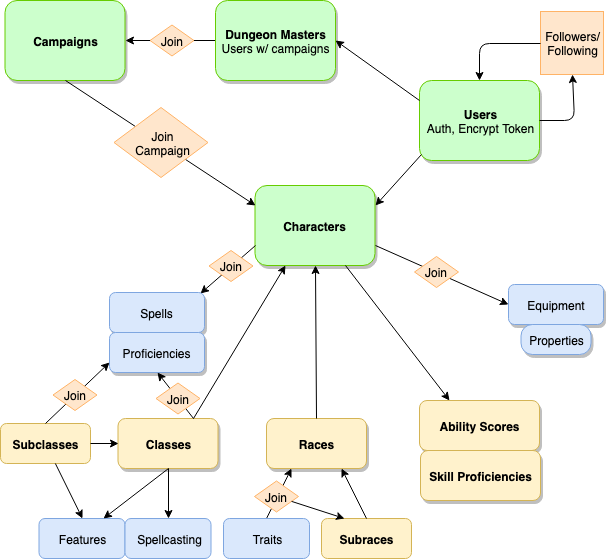
Before: Saving Throw ERD.png, a diagram exported from draw.io (MBartl/Saving-Throw). Source tidied: cells renumbered, new cells last; positions are measured from the earlier drawing's top-left corner, leaving out a move shared by most shapes. Source of this version:
```xml
<mxGraphModel>
  <root>
    <mxCell id="0" />
    <mxCell id="1" parent="0" />
    <mxCell id="2" value="&lt;b&gt;Characters&lt;/b&gt;" style="rounded=1;whiteSpace=wrap;html=1;fillColor=#CCFFCC;shadow=1;strokeColor=#66CC00;" parent="1" vertex="1">
      <mxGeometry x="254.5" y="185" width="120" height="80" as="geometry" />
    </mxCell>
    <mxCell id="3" value="&lt;b&gt;Campaigns&lt;/b&gt;" style="rounded=1;whiteSpace=wrap;html=1;fillColor=#CCFFCC;shadow=1;strokeColor=#66CC00;" parent="1" vertex="1">
      <mxGeometry x="4.5" width="120" height="80" as="geometry" />
    </mxCell>
    <mxCell id="4" value="&lt;b&gt;Users&lt;/b&gt;&lt;br&gt;Auth, Encrypt Token&lt;br&gt;" style="rounded=1;whiteSpace=wrap;html=1;fillColor=#CCFFCC;shadow=1;strokeColor=#66CC00;" parent="1" vertex="1">
      <mxGeometry x="419" y="80" width="120" height="80" as="geometry" />
    </mxCell>
    <mxCell id="5" style="endArrow=classic;html=1;entryX=1;entryY=0.25;entryDx=0;entryDy=0;exitX=0.013;exitY=0.925;exitDx=0;exitDy=0;exitPerimeter=0;" parent="1" edge="1" source="4" target="2">
      <mxGeometry relative="1" as="geometry" />
    </mxCell>
    <mxCell id="6" style="endArrow=classic;html=1;exitX=0.5;exitY=1;exitDx=0;exitDy=0;entryX=0;entryY=0.25;entryDx=0;entryDy=0;" parent="1" edge="1" source="3" target="2">
      <mxGeometry relative="1" as="geometry" />
    </mxCell>
    <mxCell id="7" style="endArrow=classic;html=1;exitX=1;exitY=0.5;exitDx=0;exitDy=0;entryX=0.5;entryY=1;entryDx=0;entryDy=0;" parent="1" edge="1" source="4" target="8">
      <mxGeometry relative="1" as="geometry">
        <Array as="points">
          <mxPoint x="574" y="120" />
        </Array>
      </mxGeometry>
    </mxCell>
    <mxCell id="8" value="Followers/&lt;br&gt;Following" style="whiteSpace=wrap;html=1;fillColor=#FFE6CC;strokeColor=#FFB366;" parent="1" vertex="1">
      <mxGeometry x="540" y="11" width="63" height="63" as="geometry" />
    </mxCell>
    <mxCell id="9" style="endArrow=classic;html=1;entryX=0.5;entryY=0;entryDx=0;entryDy=0;exitX=0;exitY=0.5;exitDx=0;exitDy=0;" parent="1" edge="1" source="8" target="4">
      <mxGeometry relative="1" as="geometry">
        <Array as="points">
          <mxPoint x="479" y="43" />
        </Array>
      </mxGeometry>
    </mxCell>
    <mxCell id="10" style="endArrow=classic;html=1;exitX=0;exitY=0.5;exitDx=0;exitDy=0;entryX=1;entryY=0.5;entryDx=0;entryDy=0;" parent="1" edge="1" source="11" target="3">
      <mxGeometry relative="1" as="geometry" />
    </mxCell>
    <mxCell id="11" value="&lt;span&gt;&lt;b&gt;Dungeon Masters&lt;/b&gt;&lt;/span&gt;&lt;br&gt;&lt;span&gt;Users w/&amp;nbsp;&lt;/span&gt;&lt;span&gt;campaigns&lt;/span&gt;" style="rounded=1;whiteSpace=wrap;html=1;fillColor=#CCFFCC;shadow=1;strokeColor=#66CC00;" parent="1" vertex="1">
      <mxGeometry x="215" width="120" height="80" as="geometry" />
    </mxCell>
    <mxCell id="12" value="&lt;b&gt;Classes&lt;/b&gt;&lt;br&gt;" style="rounded=1;whiteSpace=wrap;html=1;fillColor=#fff2cc;strokeColor=#D4B455;shadow=1;" parent="1" vertex="1">
      <mxGeometry x="117.5" y="418" width="100" height="50" as="geometry" />
    </mxCell>
    <mxCell id="13" value="&lt;b&gt;Ability Scores&lt;/b&gt;&lt;br&gt;" style="rounded=1;whiteSpace=wrap;html=1;fillColor=#fff2cc;strokeColor=#D4B455;shadow=1;" parent="1" vertex="1">
      <mxGeometry x="419" y="400" width="120" height="50" as="geometry" />
    </mxCell>
    <mxCell id="14" value="&lt;div style=&quot;text-align: left&quot;&gt;&lt;b&gt;Subclasses&lt;/b&gt;&lt;/div&gt;" style="rounded=1;whiteSpace=wrap;html=1;fillColor=#fff2cc;strokeColor=#D4B455;" parent="1" vertex="1">
      <mxGeometry y="423" width="90" height="40" as="geometry" />
    </mxCell>
    <mxCell id="15" value="&lt;b&gt;Races&lt;/b&gt;" style="rounded=1;whiteSpace=wrap;html=1;fillColor=#fff2cc;strokeColor=#D4B455;shadow=1;" parent="1" vertex="1">
      <mxGeometry x="266" y="418" width="100" height="50" as="geometry" />
    </mxCell>
    <mxCell id="16" style="endArrow=classic;html=1;entryX=0;entryY=0.5;entryDx=0;entryDy=0;exitX=1;exitY=0.5;exitDx=0;exitDy=0;" parent="1" edge="1" source="14" target="12">
      <mxGeometry relative="1" as="geometry" />
    </mxCell>
    <mxCell id="17" style="endArrow=classic;html=1;exitX=0;exitY=0.75;exitDx=0;exitDy=0;entryX=0.953;entryY=0.025;entryDx=0;entryDy=0;entryPerimeter=0;" parent="1" edge="1" source="2" target="21">
      <mxGeometry relative="1" as="geometry" />
    </mxCell>
    <mxCell id="18" style="endArrow=classic;html=1;exitX=0.5;exitY=0;exitDx=0;exitDy=0;entryX=0.25;entryY=1;entryDx=0;entryDy=0;" parent="1" edge="1" source="41" target="15">
      <mxGeometry relative="1" as="geometry" />
    </mxCell>
    <mxCell id="19" style="endArrow=classic;html=1;entryX=0;entryY=0.5;entryDx=0;entryDy=0;exitX=1;exitY=0.75;exitDx=0;exitDy=0;" parent="1" edge="1" source="2" target="20">
      <mxGeometry relative="1" as="geometry" />
    </mxCell>
    <mxCell id="20" value="Equipment&lt;br&gt;" style="rounded=1;whiteSpace=wrap;html=1;fillColor=#dae8fc;strokeColor=#7EA6E0;shadow=1;" parent="1" vertex="1">
      <mxGeometry x="508" y="284" width="95" height="40" as="geometry" />
    </mxCell>
    <mxCell id="21" value="Spells&lt;br&gt;" style="rounded=1;whiteSpace=wrap;html=1;fillColor=#dae8fc;strokeColor=#7EA6E0;shadow=1;" parent="1" vertex="1">
      <mxGeometry x="109" y="292" width="95" height="40" as="geometry" />
    </mxCell>
    <mxCell id="22" value="Join" style="rhombus;whiteSpace=wrap;html=1;fillColor=#FFE6CC;strokeColor=#FFB366;" parent="1" vertex="1">
      <mxGeometry x="208.5" y="250" width="44" height="31" as="geometry" />
    </mxCell>
    <mxCell id="23" value="Join" style="rhombus;whiteSpace=wrap;html=1;fillColor=#FFE6CC;strokeColor=#FFB366;" parent="1" vertex="1">
      <mxGeometry x="149.5" y="24.5" width="44" height="31" as="geometry" />
    </mxCell>
    <mxCell id="24" value="Join" style="rhombus;whiteSpace=wrap;html=1;fillColor=#FFE6CC;strokeColor=#FFB366;" parent="1" vertex="1">
      <mxGeometry x="414" y="256" width="44" height="31" as="geometry" />
    </mxCell>
    <mxCell id="25" value="&lt;b&gt;Skill Proficiencies&lt;/b&gt;&lt;br&gt;" style="rounded=1;whiteSpace=wrap;html=1;fillColor=#fff2cc;strokeColor=#D4B455;shadow=1;" parent="1" vertex="1">
      <mxGeometry x="420" y="450" width="120" height="50" as="geometry" />
    </mxCell>
    <mxCell id="26" value="Join&lt;br&gt;Campaign" style="rhombus;whiteSpace=wrap;html=1;fillColor=#FFE6CC;strokeColor=#FFB366;" parent="1" vertex="1">
      <mxGeometry x="113.5" y="107" width="94" height="70" as="geometry" />
    </mxCell>
    <mxCell id="27" style="endArrow=classic;html=1;exitX=0;exitY=0.25;exitDx=0;exitDy=0;entryX=1;entryY=0.5;entryDx=0;entryDy=0;" parent="1" edge="1" source="4" target="11">
      <mxGeometry relative="1" as="geometry" />
    </mxCell>
    <mxCell id="28" value="Features&lt;br&gt;" style="rounded=1;whiteSpace=wrap;html=1;fillColor=#dae8fc;strokeColor=#7EA6E0;" parent="1" vertex="1">
      <mxGeometry x="38.5" y="518" width="86" height="40" as="geometry" />
    </mxCell>
    <mxCell id="29" style="endArrow=classic;html=1;entryX=0.5;entryY=0;entryDx=0;entryDy=0;" parent="1" edge="1" source="14" target="28">
      <mxGeometry relative="1" as="geometry" />
    </mxCell>
    <mxCell id="30" style="endArrow=classic;html=1;entryX=0.5;entryY=0;entryDx=0;entryDy=0;exitX=0.5;exitY=1;exitDx=0;exitDy=0;" parent="1" edge="1" source="12" target="31">
      <mxGeometry relative="1" as="geometry" />
    </mxCell>
    <mxCell id="31" value="Spellcasting&lt;br&gt;" style="rounded=1;whiteSpace=wrap;html=1;fillColor=#dae8fc;strokeColor=#7EA6E0;" parent="1" vertex="1">
      <mxGeometry x="124.5" y="518" width="86" height="40" as="geometry" />
    </mxCell>
    <mxCell id="32" style="endArrow=classic;html=1;entryX=0.75;entryY=0;entryDx=0;entryDy=0;exitX=0.5;exitY=1;exitDx=0;exitDy=0;" parent="1" edge="1" source="12" target="28">
      <mxGeometry relative="1" as="geometry" />
    </mxCell>
    <mxCell id="33" value="Properties&lt;br&gt;" style="rounded=1;whiteSpace=wrap;html=1;fillColor=#dae8fc;strokeColor=#7EA6E0;arcSize=38;shadow=1;" parent="1" vertex="1">
      <mxGeometry x="520.5" y="324" width="70" height="30" as="geometry" />
    </mxCell>
    <mxCell id="34" value="Join" style="rhombus;whiteSpace=wrap;html=1;fillColor=#FFE6CC;strokeColor=#FFB366;" parent="1" vertex="1">
      <mxGeometry x="254" y="480.5" width="44" height="31" as="geometry" />
    </mxCell>
    <mxCell id="35" style="endArrow=classic;html=1;exitX=0.5;exitY=0;exitDx=0;exitDy=0;entryX=0.5;entryY=1;entryDx=0;entryDy=0;" parent="1" edge="1" source="15" target="2">
      <mxGeometry relative="1" as="geometry" />
    </mxCell>
    <mxCell id="36" style="endArrow=classic;html=1;exitX=0.75;exitY=1;exitDx=0;exitDy=0;entryX=0.25;entryY=0;entryDx=0;entryDy=0;" parent="1" edge="1" source="2" target="13">
      <mxGeometry relative="1" as="geometry" />
    </mxCell>
    <mxCell id="37" style="endArrow=classic;html=1;exitX=0.75;exitY=0;exitDx=0;exitDy=0;entryX=0.25;entryY=1;entryDx=0;entryDy=0;" parent="1" edge="1" source="12" target="2">
      <mxGeometry relative="1" as="geometry" />
    </mxCell>
    <mxCell id="38" value="&lt;div style=&quot;text-align: left&quot;&gt;&lt;b&gt;Subraces&lt;/b&gt;&lt;/div&gt;" style="rounded=1;whiteSpace=wrap;html=1;fillColor=#fff2cc;strokeColor=#D4B455;" parent="1" vertex="1">
      <mxGeometry x="321" y="518" width="90" height="40" as="geometry" />
    </mxCell>
    <mxCell id="39" style="endArrow=classic;html=1;exitX=0.5;exitY=0;exitDx=0;exitDy=0;entryX=0.75;entryY=1;entryDx=0;entryDy=0;" parent="1" edge="1" source="38" target="15">
      <mxGeometry relative="1" as="geometry" />
    </mxCell>
    <mxCell id="40" style="endArrow=classic;html=1;entryX=0.25;entryY=0;entryDx=0;entryDy=0;" parent="1" edge="1" source="34" target="38">
      <mxGeometry relative="1" as="geometry" />
    </mxCell>
    <mxCell id="41" value="Traits&lt;br&gt;" style="rounded=1;whiteSpace=wrap;html=1;fillColor=#dae8fc;strokeColor=#7EA6E0;" parent="1" vertex="1">
      <mxGeometry x="223" y="518" width="86" height="40" as="geometry" />
    </mxCell>
    <mxCell id="42" value="Proficiencies&lt;br&gt;" style="rounded=1;whiteSpace=wrap;html=1;fillColor=#dae8fc;strokeColor=#7EA6E0;shadow=1;" parent="1" vertex="1">
      <mxGeometry x="109" y="332" width="95" height="40" as="geometry" />
    </mxCell>
    <mxCell id="43" style="endArrow=classic;html=1;exitX=0.5;exitY=0;exitDx=0;exitDy=0;entryX=0;entryY=0.75;entryDx=0;entryDy=0;" parent="1" edge="1" source="14" target="42">
      <mxGeometry relative="1" as="geometry" />
    </mxCell>
    <mxCell id="44" value="Join" style="rhombus;whiteSpace=wrap;html=1;fillColor=#FFE6CC;strokeColor=#FFB366;" parent="1" vertex="1">
      <mxGeometry x="52.5" y="379" width="44" height="31" as="geometry" />
    </mxCell>
    <mxCell id="45" style="endArrow=classic;html=1;exitX=0.75;exitY=0;exitDx=0;exitDy=0;entryX=0.5;entryY=1;entryDx=0;entryDy=0;" parent="1" edge="1" source="12" target="42">
      <mxGeometry relative="1" as="geometry" />
    </mxCell>
    <mxCell id="46" value="Join" style="rhombus;whiteSpace=wrap;html=1;fillColor=#FFE6CC;strokeColor=#FFB366;" parent="1" vertex="1">
      <mxGeometry x="155.5" y="382.5" width="44" height="31" as="geometry" />
    </mxCell>
  </root>
</mxGraphModel>
```
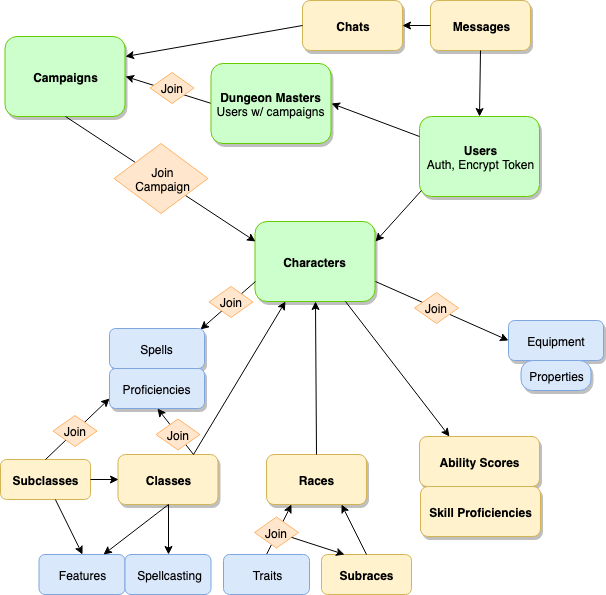
Later version of the same file.

The edit, as a diff of the source:
```diff
@@ -17,28 +17,11 @@
     <mxCell id="6" style="endArrow=classic;html=1;exitX=0.5;exitY=1;exitDx=0;exitDy=0;entryX=0;entryY=0.25;entryDx=0;entryDy=0;" parent="1" edge="1" source="3" target="2">
       <mxGeometry relative="1" as="geometry" />
     </mxCell>
-    <mxCell id="7" style="endArrow=classic;html=1;exitX=1;exitY=0.5;exitDx=0;exitDy=0;entryX=0.5;entryY=1;entryDx=0;entryDy=0;" parent="1" edge="1" source="4" target="8">
-      <mxGeometry relative="1" as="geometry">
-        <Array as="points">
-          <mxPoint x="574" y="120" />
-        </Array>
-      </mxGeometry>
-    </mxCell>
-    <mxCell id="8" value="Followers/&lt;br&gt;Following" style="whiteSpace=wrap;html=1;fillColor=#FFE6CC;strokeColor=#FFB366;" parent="1" vertex="1">
-      <mxGeometry x="540" y="11" width="63" height="63" as="geometry" />
-    </mxCell>
-    <mxCell id="9" style="endArrow=classic;html=1;entryX=0.5;entryY=0;entryDx=0;entryDy=0;exitX=0;exitY=0.5;exitDx=0;exitDy=0;" parent="1" edge="1" source="8" target="4">
-      <mxGeometry relative="1" as="geometry">
-        <Array as="points">
-          <mxPoint x="479" y="43" />
-        </Array>
-      </mxGeometry>
-    </mxCell>
     <mxCell id="10" style="endArrow=classic;html=1;exitX=0;exitY=0.5;exitDx=0;exitDy=0;entryX=1;entryY=0.5;entryDx=0;entryDy=0;" parent="1" edge="1" source="11" target="3">
       <mxGeometry relative="1" as="geometry" />
     </mxCell>
     <mxCell id="11" value="&lt;span&gt;&lt;b&gt;Dungeon Masters&lt;/b&gt;&lt;/span&gt;&lt;br&gt;&lt;span&gt;Users w/&amp;nbsp;&lt;/span&gt;&lt;span&gt;campaigns&lt;/span&gt;" style="rounded=1;whiteSpace=wrap;html=1;fillColor=#CCFFCC;shadow=1;strokeColor=#66CC00;" parent="1" vertex="1">
-      <mxGeometry x="215" width="120" height="80" as="geometry" />
+      <mxGeometry x="210.5" y="27" width="120" height="80" as="geometry" />
     </mxCell>
     <mxCell id="12" value="&lt;b&gt;Classes&lt;/b&gt;&lt;br&gt;" style="rounded=1;whiteSpace=wrap;html=1;fillColor=#fff2cc;strokeColor=#D4B455;shadow=1;" parent="1" vertex="1">
       <mxGeometry x="117.5" y="418" width="100" height="50" as="geometry" />
@@ -74,7 +57,7 @@
       <mxGeometry x="208.5" y="250" width="44" height="31" as="geometry" />
     </mxCell>
     <mxCell id="23" value="Join" style="rhombus;whiteSpace=wrap;html=1;fillColor=#FFE6CC;strokeColor=#FFB366;" parent="1" vertex="1">
-      <mxGeometry x="149.5" y="24.5" width="44" height="31" as="geometry" />
+      <mxGeometry x="149.5" y="36" width="44" height="31" as="geometry" />
     </mxCell>
     <mxCell id="24" value="Join" style="rhombus;whiteSpace=wrap;html=1;fillColor=#FFE6CC;strokeColor=#FFB366;" parent="1" vertex="1">
       <mxGeometry x="414" y="256" width="44" height="31" as="geometry" />
@@ -145,5 +128,20 @@
     <mxCell id="46" value="Join" style="rhombus;whiteSpace=wrap;html=1;fillColor=#FFE6CC;strokeColor=#FFB366;" parent="1" vertex="1">
       <mxGeometry x="155.5" y="382.5" width="44" height="31" as="geometry" />
     </mxCell>
+    <mxCell id="47" value="&lt;b&gt;Chats&lt;/b&gt;" style="rounded=1;whiteSpace=wrap;html=1;fillColor=#fff2cc;strokeColor=#D4B455;shadow=1;" parent="1" vertex="1">
+      <mxGeometry x="302" y="-36" width="100" height="50" as="geometry" />
+    </mxCell>
+    <mxCell id="48" value="&lt;span&gt;Messages&lt;/span&gt;" style="rounded=1;whiteSpace=wrap;html=1;fillColor=#fff2cc;strokeColor=#D4B455;shadow=1;fontStyle=1;" parent="1" vertex="1">
+      <mxGeometry x="430" y="-36" width="100" height="50" as="geometry" />
+    </mxCell>
+    <mxCell id="49" style="endArrow=classic;html=1;exitX=0;exitY=0.5;exitDx=0;exitDy=0;entryX=1;entryY=0.25;entryDx=0;entryDy=0;" parent="1" edge="1" source="47" target="3">
+      <mxGeometry relative="1" as="geometry" />
+    </mxCell>
+    <mxCell id="50" style="endArrow=classic;html=1;exitX=0;exitY=0.5;exitDx=0;exitDy=0;entryX=1;entryY=0.5;entryDx=0;entryDy=0;" parent="1" edge="1" source="48" target="47">
+      <mxGeometry relative="1" as="geometry" />
+    </mxCell>
+    <mxCell id="51" style="endArrow=classic;html=1;exitX=0.5;exitY=1;exitDx=0;exitDy=0;entryX=0.5;entryY=0;entryDx=0;entryDy=0;" parent="1" edge="1" source="48" target="4">
+      <mxGeometry relative="1" as="geometry" />
+    </mxCell>
   </root>
 </mxGraphModel>
```
